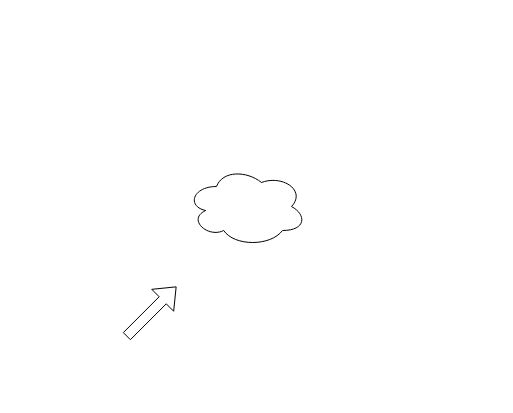
Before: 제목 없는 다이어그램.drawio in in7jhub/dalbusim_web, a draw.io diagram. Source tidied: cells renumbered, new cells numbered last; positions are measured from the earlier drawing's top-left corner, leaving out a move shared by most shapes. Both pictures are drawn from the tidied source at 100%, with x=0, y=0 at pixel (126, 166).
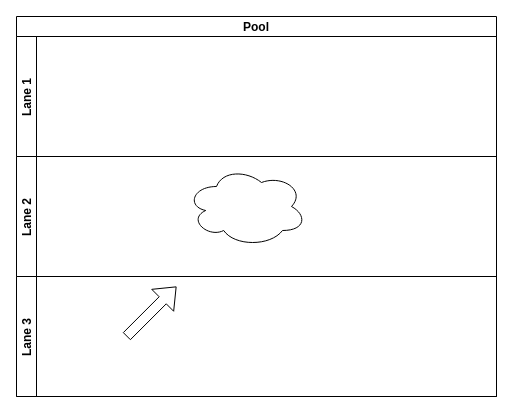
The same diagram, later.

Commit message:
제목 없는 다이어그램.drawio 업데이트

Diff of the diagram source:
```diff
@@
 <mxGraphModel>
   <root>
     <mxCell id="0" />
     <mxCell id="1" parent="0" />
     <mxCell id="2" style="shape=flexArrow;endArrow=classic;html=1;rounded=0;" parent="1" edge="1">
       <mxGeometry relative="1" as="geometry">
         <mxPoint y="170" as="sourcePoint" />
         <mxPoint x="50" y="120" as="targetPoint" />
       </mxGeometry>
     </mxCell>
     <mxCell id="3" style="ellipse;shape=cloud;whiteSpace=wrap;html=1;" parent="1" vertex="1">
       <mxGeometry x="60" width="120" height="80" as="geometry" />
     </mxCell>
+    <mxCell id="4" value="Pool" style="swimlane;horizontal=1;startSize=20;" parent="1" vertex="1">
+      <mxGeometry x="-110" y="-150" width="480" height="380" as="geometry" />
+    </mxCell>
+    <mxCell id="5" value="Lane 1" style="swimlane;startSize=20;horizontal=0;" parent="4" vertex="1">
+      <mxGeometry y="20" width="480" height="120" as="geometry" />
+    </mxCell>
+    <mxCell id="6" value="Lane 2" style="swimlane;startSize=20;horizontal=0;" parent="4" vertex="1">
+      <mxGeometry y="140" width="480" height="120" as="geometry" />
+    </mxCell>
+    <mxCell id="7" value="Lane 3" style="swimlane;startSize=20;horizontal=0;" parent="4" vertex="1">
+      <mxGeometry y="260" width="480" height="120" as="geometry" />
+    </mxCell>
   </root>
 </mxGraphModel>
```
